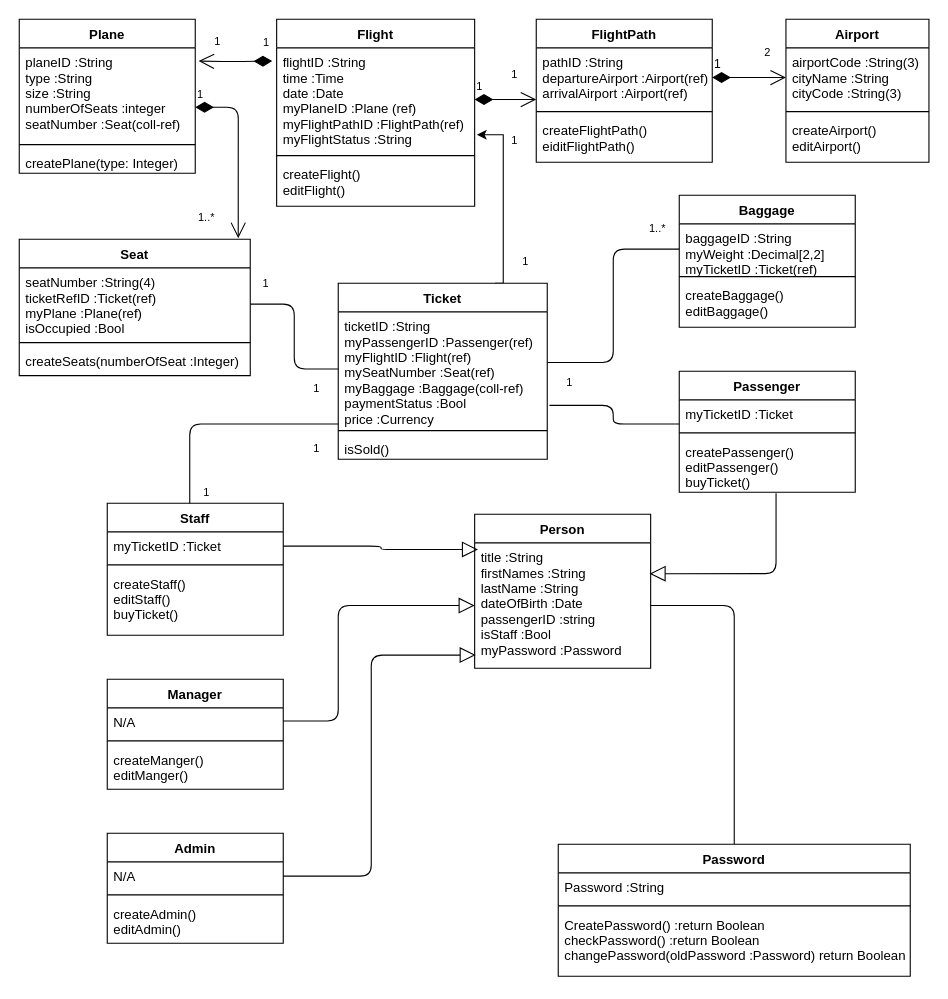
Before: Untitled Diagram.drawio in trannthany/Jade_OOD, a draw.io diagram. Source tidied: cells renumbered, new cells numbered last; positions are measured from the earlier drawing's top-left corner, leaving out a move shared by most shapes. Both pictures are drawn from the tidied source at 110%, with x=0, y=0 at pixel (19, 19).
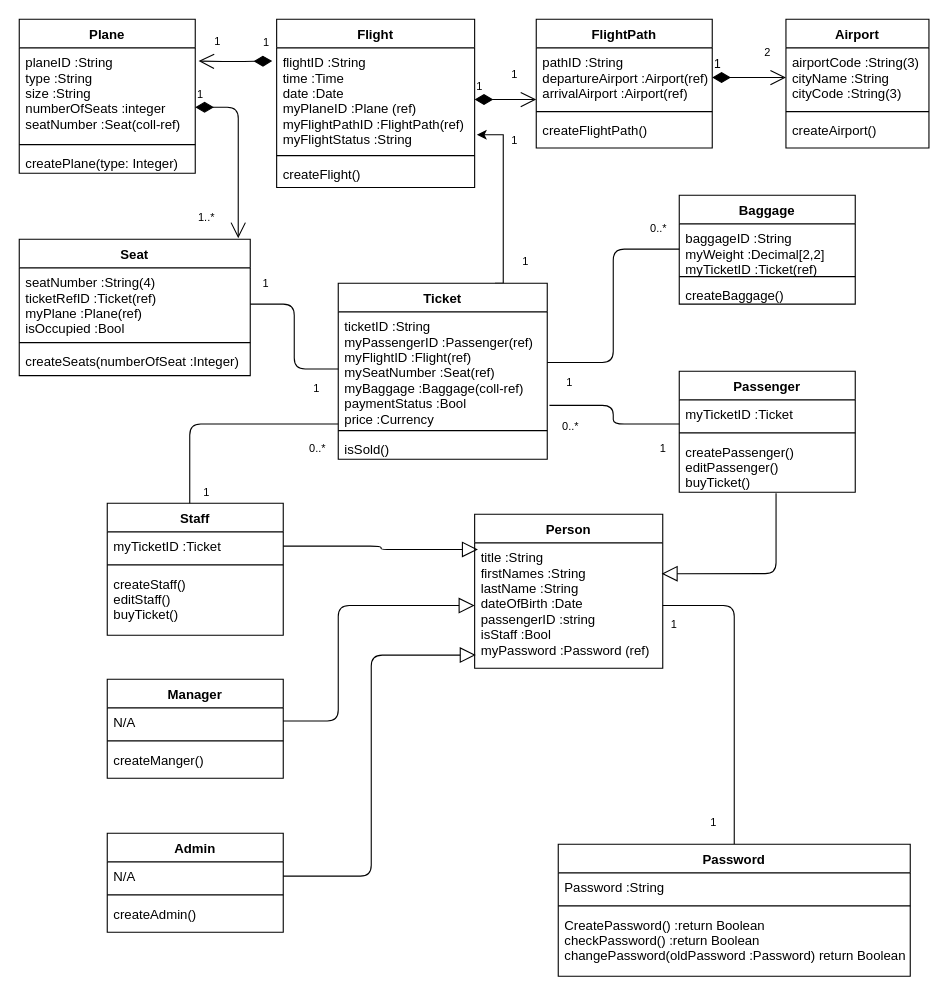
After the change.

The edit, as a diff of the source:
```diff
@@
     <mxCell id="2" value="Airport" style="swimlane;fontStyle=1;align=center;verticalAlign=top;horizontal=1;startSize=26;" parent="1" vertex="1">
-      <mxGeometry x="697" width="130" height="130" as="geometry" />
+      <mxGeometry x="697" width="130" height="117" as="geometry" />
     </mxCell>
@@
-    <mxCell id="5" value="createAirport()&#10;editAirport()" style="text;strokeColor=none;fillColor=none;align=left;verticalAlign=top;spacingLeft=4;spacingRight=4;overflow=hidden;" parent="2" vertex="1">
-      <mxGeometry y="88" width="130" height="42" as="geometry" />
+    <mxCell id="5" value="createAirport()" style="text;strokeColor=none;fillColor=none;align=left;verticalAlign=top;spacingLeft=4;spacingRight=4;overflow=hidden;" parent="2" vertex="1">
+      <mxGeometry y="88" width="130" height="29" as="geometry" />
     </mxCell>
     <mxCell id="6" value="FlightPath" style="swimlane;fontStyle=1;align=center;verticalAlign=top;horizontal=1;startSize=26;" parent="1" vertex="1">
-      <mxGeometry x="470" width="160" height="130" as="geometry" />
+      <mxGeometry x="470" width="160" height="117" as="geometry" />
     </mxCell>
@@
-    <mxCell id="9" value="createFlightPath()&#10;eiditFlightPath()" style="text;strokeColor=none;fillColor=none;align=left;verticalAlign=top;spacingLeft=4;spacingRight=4;overflow=hidden;" parent="6" vertex="1">
-      <mxGeometry y="88" width="160" height="42" as="geometry" />
+    <mxCell id="9" value="createFlightPath()&#10;" style="text;strokeColor=none;fillColor=none;align=left;verticalAlign=top;spacingLeft=4;spacingRight=4;overflow=hidden;" parent="6" vertex="1">
+      <mxGeometry y="88" width="160" height="29" as="geometry" />
     </mxCell>
     <mxCell id="10" value="Flight" style="swimlane;fontStyle=1;align=center;verticalAlign=top;horizontal=1;startSize=26;" parent="1" vertex="1">
-      <mxGeometry x="234" width="180" height="170" as="geometry" />
+      <mxGeometry x="234" width="180" height="153" as="geometry" />
     </mxCell>
@@
-    <mxCell id="13" value="createFlight()&#10;editFlight()" style="text;strokeColor=none;fillColor=none;align=left;verticalAlign=top;spacingLeft=4;spacingRight=4;overflow=hidden;" parent="10" vertex="1">
-      <mxGeometry y="128" width="180" height="42" as="geometry" />
+    <mxCell id="13" value="createFlight()" style="text;strokeColor=none;fillColor=none;align=left;verticalAlign=top;spacingLeft=4;spacingRight=4;overflow=hidden;" parent="10" vertex="1">
+      <mxGeometry y="128" width="180" height="25" as="geometry" />
     </mxCell>
@@
     <mxCell id="27" value="Baggage" style="swimlane;fontStyle=1;align=center;verticalAlign=top;horizontal=1;startSize=26;" parent="1" vertex="1">
-      <mxGeometry x="600" y="160" width="160" height="120" as="geometry" />
+      <mxGeometry x="600" y="160" width="160" height="99" as="geometry" />
     </mxCell>
@@
-    <mxCell id="30" value="createBaggage()&#10;editBaggage()" style="text;strokeColor=none;fillColor=none;align=left;verticalAlign=top;spacingLeft=4;spacingRight=4;overflow=hidden;" parent="27" vertex="1">
-      <mxGeometry y="78" width="160" height="42" as="geometry" />
+    <mxCell id="30" value="createBaggage()" style="text;strokeColor=none;fillColor=none;align=left;verticalAlign=top;spacingLeft=4;spacingRight=4;overflow=hidden;" parent="27" vertex="1">
+      <mxGeometry y="78" width="160" height="21" as="geometry" />
     </mxCell>
@@
     <mxCell id="48" value="Manager" style="swimlane;fontStyle=1;align=center;verticalAlign=top;horizontal=1;startSize=26;" parent="1" vertex="1">
-      <mxGeometry x="80" y="600" width="160" height="100" as="geometry" />
+      <mxGeometry x="80" y="600" width="160" height="90" as="geometry" />
     </mxCell>
@@
-    <mxCell id="51" value="createManger()&#10;editManger()" style="text;strokeColor=none;fillColor=none;align=left;verticalAlign=top;spacingLeft=4;spacingRight=4;overflow=hidden;" parent="48" vertex="1">
-      <mxGeometry y="60" width="160" height="40" as="geometry" />
+    <mxCell id="51" value="createManger()&#10;" style="text;strokeColor=none;fillColor=none;align=left;verticalAlign=top;spacingLeft=4;spacingRight=4;overflow=hidden;" parent="48" vertex="1">
+      <mxGeometry y="60" width="160" height="30" as="geometry" />
     </mxCell>
     <mxCell id="52" value="Admin" style="swimlane;fontStyle=1;align=center;verticalAlign=top;horizontal=1;startSize=26;" parent="1" vertex="1">
-      <mxGeometry x="80" y="740" width="160" height="100" as="geometry" />
+      <mxGeometry x="80" y="740" width="160" height="90" as="geometry" />
     </mxCell>
@@
-    <mxCell id="55" value="createAdmin()&#10;editAdmin()" style="text;strokeColor=none;fillColor=none;align=left;verticalAlign=top;spacingLeft=4;spacingRight=4;overflow=hidden;" parent="52" vertex="1">
-      <mxGeometry y="60" width="160" height="40" as="geometry" />
+    <mxCell id="55" value="createAdmin()&#10;" style="text;strokeColor=none;fillColor=none;align=left;verticalAlign=top;spacingLeft=4;spacingRight=4;overflow=hidden;" parent="52" vertex="1">
+      <mxGeometry y="60" width="160" height="30" as="geometry" />
     </mxCell>
@@
-    <mxCell id="58" value="1" style="text;html=1;align=center;verticalAlign=middle;fillColor=none;strokeColor=none;rounded=0;fontSize=10;" parent="1" vertex="1">
-      <mxGeometry x="260" y="380" width="20" height="20" as="geometry" />
+    <mxCell id="58" value="0..*" style="text;html=1;align=center;verticalAlign=middle;fillColor=none;strokeColor=none;rounded=0;fontSize=10;" parent="1" vertex="1">
+      <mxGeometry x="257" y="381" width="27" height="18" as="geometry" />
     </mxCell>
@@
-    <mxCell id="61" value="1..*" style="text;html=1;align=center;verticalAlign=middle;fillColor=none;strokeColor=none;rounded=0;fontSize=10;" parent="1" vertex="1">
-      <mxGeometry x="565" y="180" width="30" height="20" as="geometry" />
+    <mxCell id="61" value="0..*" style="text;html=1;align=center;verticalAlign=middle;fillColor=none;strokeColor=none;rounded=0;fontSize=10;" parent="1" vertex="1">
+      <mxGeometry x="567" y="181" width="27" height="18" as="geometry" />
     </mxCell>
@@
     <mxCell id="69" value="Person" style="swimlane;fontStyle=1;align=center;verticalAlign=top;horizontal=1;startSize=26;" parent="1" vertex="1">
-      <mxGeometry x="414" y="450" width="160" height="140" as="geometry" />
+      <mxGeometry x="414" y="450" width="171" height="140" as="geometry" />
     </mxCell>
-    <mxCell id="70" value="title :String&#10;firstNames :String&#10;lastName :String&#10;dateOfBirth :Date&#10;passengerID :string&#10;isStaff :Bool&#10;myPassword :Password" style="text;strokeColor=none;fillColor=none;align=left;verticalAlign=top;spacingLeft=4;spacingRight=4;overflow=hidden;points=[[0,0.5],[1,0.5]];portConstraint=eastwest;" parent="69" vertex="1">
-      <mxGeometry y="26" width="160" height="114" as="geometry" />
+    <mxCell id="70" value="title :String&#10;firstNames :String&#10;lastName :String&#10;dateOfBirth :Date&#10;passengerID :string&#10;isStaff :Bool&#10;myPassword :Password (ref)" style="text;strokeColor=none;fillColor=none;align=left;verticalAlign=top;spacingLeft=4;spacingRight=4;overflow=hidden;points=[[0,0.5],[1,0.5]];portConstraint=eastwest;" parent="69" vertex="1">
+      <mxGeometry y="26" width="171" height="114" as="geometry" />
     </mxCell>
@@
+    <mxCell id="78" value="1" style="text;html=1;align=center;verticalAlign=middle;fillColor=none;strokeColor=none;rounded=0;fontSize=10;" parent="1" vertex="1">
+      <mxGeometry x="575" y="380" width="20" height="20" as="geometry" />
+    </mxCell>
+    <mxCell id="79" value="0..*" style="text;html=1;align=center;verticalAlign=middle;fillColor=none;strokeColor=none;rounded=0;fontSize=10;" parent="1" vertex="1">
+      <mxGeometry x="487" y="361" width="27" height="18" as="geometry" />
+    </mxCell>
+    <mxCell id="80" value="1" style="text;html=1;align=center;verticalAlign=middle;fillColor=none;strokeColor=none;rounded=0;fontSize=10;" parent="1" vertex="1">
+      <mxGeometry x="585" y="540" width="20" height="20" as="geometry" />
+    </mxCell>
+    <mxCell id="81" value="1" style="text;html=1;align=center;verticalAlign=middle;fillColor=none;strokeColor=none;rounded=0;fontSize=10;" parent="1" vertex="1">
+      <mxGeometry x="621" y="720" width="20" height="20" as="geometry" />
+    </mxCell>
```
